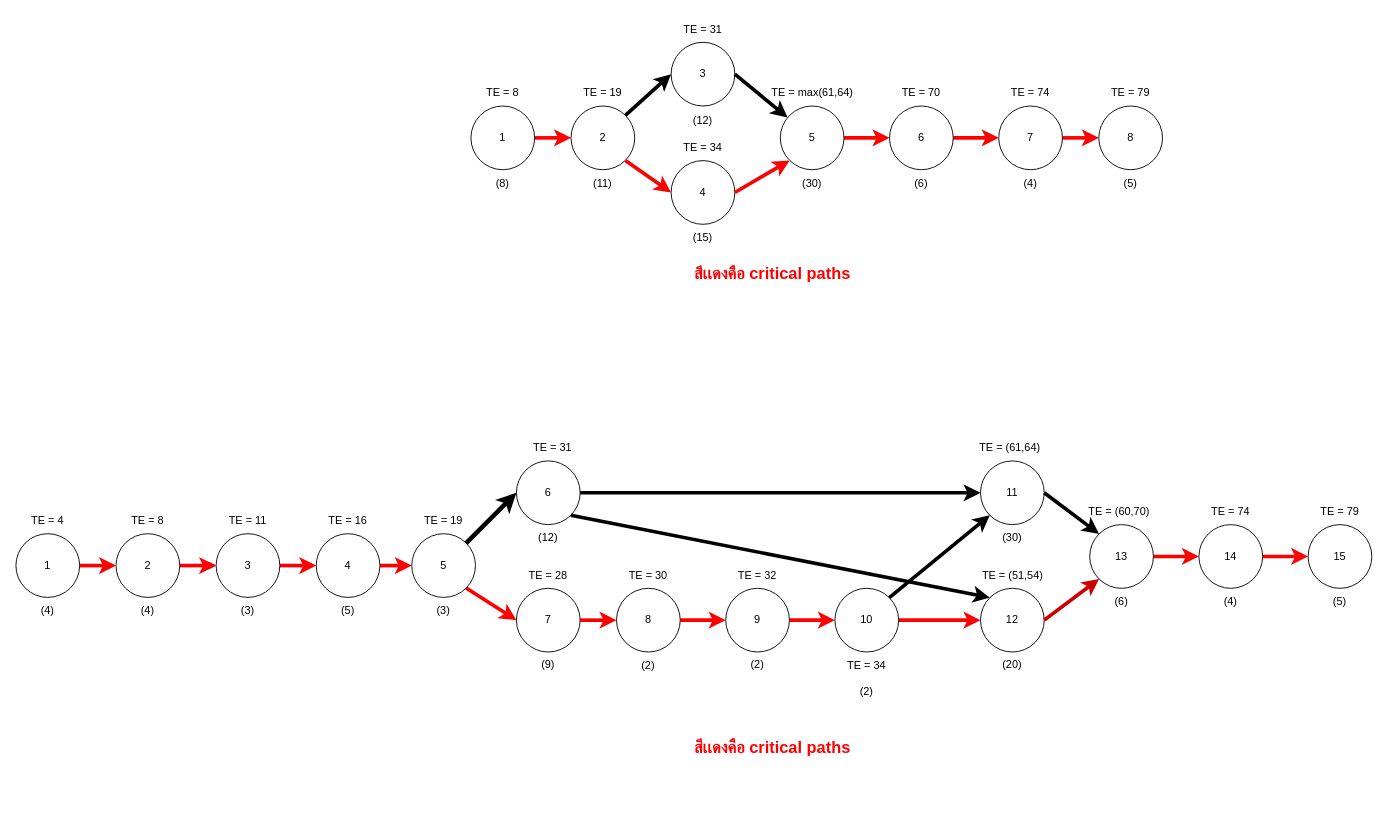
jarawin/carcare keeps this draw.io diagram as page "Activity Diagram" (5 of 6) of DFD.drawio. Above is the earlier version. Source tidied: cells renumbered, new cells numbered last; positions are measured from the earlier drawing's top-left corner, leaving out a move shared by most shapes. Both pictures are drawn from the tidied source at 91%, with x=0, y=0 at pixel (15, 15).
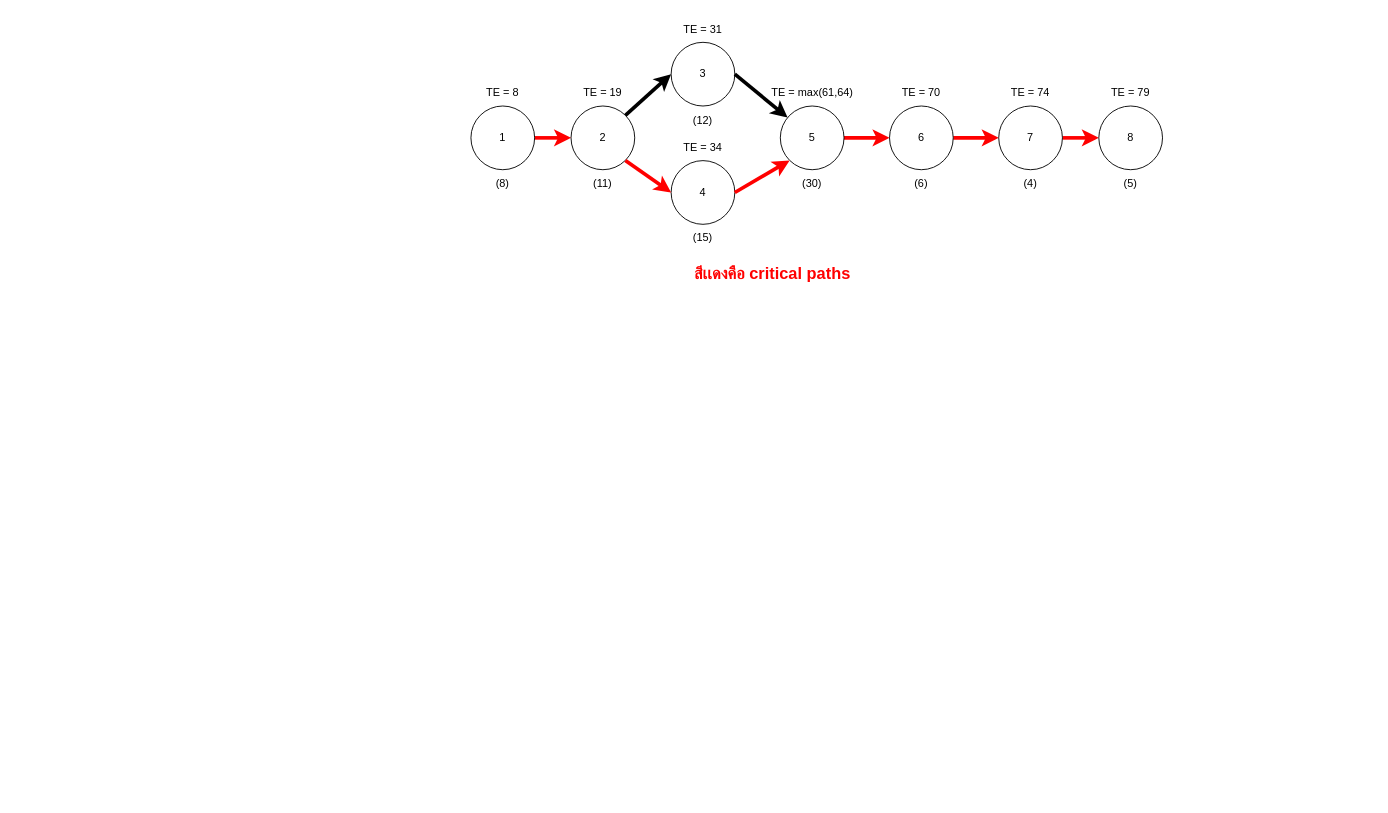
Above is the later version.

Diff of the diagram source:
```diff
@@
-    <mxCell id="34" style="edgeStyle=orthogonalEdgeStyle;rounded=0;jettySize=auto;html=1;entryX=0;entryY=0.5;entryDx=0;entryDy=0;strokeColor=#FF0000;strokeWidth=4;" parent="1" edge="1" source="35" target="38">
-      <mxGeometry relative="1" as="geometry" />
-    </mxCell>
-    <mxCell id="35" value="1" style="ellipse;whiteSpace=wrap;html=1;" parent="1" vertex="1">
-      <mxGeometry y="569" width="70" height="70" as="geometry" />
-    </mxCell>
-    <mxCell id="36" style="edgeStyle=orthogonalEdgeStyle;rounded=0;jettySize=auto;html=1;exitX=1;exitY=0.5;exitDx=0;exitDy=0;entryX=0;entryY=0.5;entryDx=0;entryDy=0;" parent="1" edge="1" source="38" target="40">
-      <mxGeometry relative="1" as="geometry" />
-    </mxCell>
-    <mxCell id="37" style="edgeStyle=orthogonalEdgeStyle;rounded=0;jettySize=auto;html=1;strokeColor=#FF0000;strokeWidth=4;" parent="1" edge="1" source="38" target="40">
-      <mxGeometry relative="1" as="geometry" />
-    </mxCell>
-    <mxCell id="38" value="2" style="ellipse;whiteSpace=wrap;html=1;" parent="1" vertex="1">
-      <mxGeometry x="110" y="569" width="70" height="70" as="geometry" />
-    </mxCell>
-    <mxCell id="39" style="edgeStyle=orthogonalEdgeStyle;rounded=0;jettySize=auto;html=1;exitX=1;exitY=0.5;exitDx=0;exitDy=0;entryX=0;entryY=0.5;entryDx=0;entryDy=0;strokeColor=#FF0000;strokeWidth=4;" parent="1" edge="1" source="40" target="42">
-      <mxGeometry relative="1" as="geometry" />
-    </mxCell>
-    <mxCell id="40" value="3" style="ellipse;whiteSpace=wrap;html=1;" parent="1" vertex="1">
-      <mxGeometry x="220" y="569" width="70" height="70" as="geometry" />
-    </mxCell>
-    <mxCell id="41" style="edgeStyle=orthogonalEdgeStyle;rounded=0;jettySize=auto;html=1;exitX=1;exitY=0.5;exitDx=0;exitDy=0;entryX=0;entryY=0.5;entryDx=0;entryDy=0;strokeColor=#FF0000;strokeWidth=4;" parent="1" edge="1" source="42" target="43">
-      <mxGeometry relative="1" as="geometry" />
-    </mxCell>
-    <mxCell id="42" value="4" style="ellipse;whiteSpace=wrap;html=1;" parent="1" vertex="1">
-      <mxGeometry x="330" y="569" width="70" height="70" as="geometry" />
-    </mxCell>
-    <mxCell id="43" value="5" style="ellipse;whiteSpace=wrap;html=1;" parent="1" vertex="1">
-      <mxGeometry x="435" y="569" width="70" height="70" as="geometry" />
-    </mxCell>
-    <mxCell id="44" style="edgeStyle=orthogonalEdgeStyle;rounded=0;jettySize=auto;html=1;exitX=1;exitY=0.5;exitDx=0;exitDy=0;entryX=0;entryY=0.5;entryDx=0;entryDy=0;strokeWidth=4;" parent="1" edge="1" source="45" target="58">
-      <mxGeometry relative="1" as="geometry" />
-    </mxCell>
-    <mxCell id="45" value="6" style="ellipse;whiteSpace=wrap;html=1;" parent="1" vertex="1">
-      <mxGeometry x="550" y="489" width="70" height="70" as="geometry" />
-    </mxCell>
-    <mxCell id="46" style="edgeStyle=orthogonalEdgeStyle;rounded=0;jettySize=auto;html=1;exitX=1;exitY=0.5;exitDx=0;exitDy=0;entryX=0;entryY=0.5;entryDx=0;entryDy=0;strokeColor=#FF0000;strokeWidth=4;" parent="1" edge="1" source="47" target="49">
-      <mxGeometry relative="1" as="geometry" />
-    </mxCell>
-    <mxCell id="47" value="7" style="ellipse;whiteSpace=wrap;html=1;" parent="1" vertex="1">
-      <mxGeometry x="550" y="629" width="70" height="70" as="geometry" />
-    </mxCell>
-    <mxCell id="48" style="edgeStyle=orthogonalEdgeStyle;rounded=0;jettySize=auto;html=1;exitX=1;exitY=0.5;exitDx=0;exitDy=0;strokeColor=#FF0000;strokeWidth=4;" parent="1" edge="1" source="49" target="55">
-      <mxGeometry relative="1" as="geometry" />
-    </mxCell>
-    <mxCell id="49" value="8" style="ellipse;whiteSpace=wrap;html=1;" parent="1" vertex="1">
-      <mxGeometry x="660" y="629" width="70" height="70" as="geometry" />
-    </mxCell>
-    <mxCell id="50" value="TE = 4" style="text;html=1;strokeColor=none;fillColor=none;align=center;verticalAlign=middle;whiteSpace=wrap;rounded=0;" parent="1" vertex="1">
-      <mxGeometry x="5" y="540" width="60" height="29" as="geometry" />
-    </mxCell>
-    <mxCell id="51" value="TE = 8" style="text;html=1;strokeColor=none;fillColor=none;align=center;verticalAlign=middle;whiteSpace=wrap;rounded=0;" parent="1" vertex="1">
-      <mxGeometry x="115" y="540" width="60" height="29" as="geometry" />
-    </mxCell>
-    <mxCell id="52" value="(4)" style="text;html=1;strokeColor=none;fillColor=none;align=center;verticalAlign=middle;whiteSpace=wrap;rounded=0;" parent="1" vertex="1">
-      <mxGeometry x="5" y="639" width="60" height="30" as="geometry" />
-    </mxCell>
-    <mxCell id="53" value="(4)" style="text;html=1;strokeColor=none;fillColor=none;align=center;verticalAlign=middle;whiteSpace=wrap;rounded=0;" parent="1" vertex="1">
-      <mxGeometry x="115" y="639" width="60" height="30" as="geometry" />
-    </mxCell>
-    <mxCell id="54" style="edgeStyle=orthogonalEdgeStyle;rounded=0;jettySize=auto;html=1;exitX=1;exitY=0.5;exitDx=0;exitDy=0;entryX=0;entryY=0.5;entryDx=0;entryDy=0;strokeColor=#FF0000;strokeWidth=4;" parent="1" edge="1" source="55" target="57">
-      <mxGeometry relative="1" as="geometry" />
-    </mxCell>
-    <mxCell id="55" value="9" style="ellipse;whiteSpace=wrap;html=1;" parent="1" vertex="1">
-      <mxGeometry x="780" y="629" width="70" height="70" as="geometry" />
-    </mxCell>
-    <mxCell id="56" style="edgeStyle=orthogonalEdgeStyle;rounded=0;jettySize=auto;html=1;exitX=1;exitY=0.5;exitDx=0;exitDy=0;entryX=0;entryY=0.5;entryDx=0;entryDy=0;strokeColor=#FF0000;strokeWidth=4;" parent="1" edge="1" source="57" target="59">
-      <mxGeometry relative="1" as="geometry" />
-    </mxCell>
-    <mxCell id="57" value="10" style="ellipse;whiteSpace=wrap;html=1;" parent="1" vertex="1">
-      <mxGeometry x="900" y="629" width="70" height="70" as="geometry" />
-    </mxCell>
-    <mxCell id="58" value="11" style="ellipse;whiteSpace=wrap;html=1;" parent="1" vertex="1">
-      <mxGeometry x="1060" y="489" width="70" height="70" as="geometry" />
-    </mxCell>
-    <mxCell id="59" value="12" style="ellipse;whiteSpace=wrap;html=1;" parent="1" vertex="1">
-      <mxGeometry x="1060" y="629" width="70" height="70" as="geometry" />
-    </mxCell>
-    <mxCell id="60" style="edgeStyle=orthogonalEdgeStyle;rounded=0;jettySize=auto;html=1;exitX=1;exitY=0.5;exitDx=0;exitDy=0;entryX=0;entryY=0.5;entryDx=0;entryDy=0;strokeColor=#FF0000;strokeWidth=4;" parent="1" edge="1" source="61" target="63">
-      <mxGeometry relative="1" as="geometry" />
-    </mxCell>
-    <mxCell id="61" value="13" style="ellipse;whiteSpace=wrap;html=1;" parent="1" vertex="1">
-      <mxGeometry x="1180" y="559" width="70" height="70" as="geometry" />
-    </mxCell>
-    <mxCell id="62" style="edgeStyle=orthogonalEdgeStyle;rounded=0;jettySize=auto;html=1;exitX=1;exitY=0.5;exitDx=0;exitDy=0;entryX=0;entryY=0.5;entryDx=0;entryDy=0;strokeColor=#FF0000;strokeWidth=4;" parent="1" edge="1" source="63" target="64">
-      <mxGeometry relative="1" as="geometry" />
-    </mxCell>
-    <mxCell id="63" value="14" style="ellipse;whiteSpace=wrap;html=1;" parent="1" vertex="1">
-      <mxGeometry x="1300" y="559" width="70" height="70" as="geometry" />
-    </mxCell>
-    <mxCell id="64" value="15" style="ellipse;whiteSpace=wrap;html=1;" parent="1" vertex="1">
-      <mxGeometry x="1420" y="559" width="70" height="70" as="geometry" />
-    </mxCell>
-    <mxCell id="65" style="endArrow=classic;html=1;rounded=0;exitX=1;exitY=1;exitDx=0;exitDy=0;entryX=0;entryY=0.5;entryDx=0;entryDy=0;strokeColor=#FF0000;strokeWidth=4;" parent="1" edge="1" source="43" target="47">
-      <mxGeometry relative="1" as="geometry" />
-    </mxCell>
-    <mxCell id="66" style="endArrow=classic;html=1;rounded=0;exitX=1;exitY=0;exitDx=0;exitDy=0;entryX=0;entryY=0.5;entryDx=0;entryDy=0;strokeWidth=5;" parent="1" edge="1" source="43" target="45">
-      <mxGeometry relative="1" as="geometry" />
-    </mxCell>
-    <mxCell id="67" style="endArrow=classic;html=1;rounded=0;exitX=1;exitY=0.5;exitDx=0;exitDy=0;entryX=0;entryY=1;entryDx=0;entryDy=0;strokeColor=#CC0000;strokeWidth=4;" parent="1" edge="1" source="59" target="61">
-      <mxGeometry relative="1" as="geometry" />
-    </mxCell>
-    <mxCell id="68" style="endArrow=classic;html=1;rounded=0;exitX=1;exitY=0.5;exitDx=0;exitDy=0;entryX=0;entryY=0;entryDx=0;entryDy=0;strokeWidth=4;" parent="1" edge="1" source="58" target="61">
-      <mxGeometry relative="1" as="geometry" />
-    </mxCell>
-    <mxCell id="69" style="endArrow=classic;html=1;rounded=0;exitX=1;exitY=0;exitDx=0;exitDy=0;entryX=0;entryY=1;entryDx=0;entryDy=0;strokeWidth=4;" parent="1" edge="1" source="57" target="58">
-      <mxGeometry relative="1" as="geometry" />
-    </mxCell>
-    <mxCell id="70" style="endArrow=classic;html=1;rounded=0;exitX=1;exitY=1;exitDx=0;exitDy=0;entryX=0;entryY=0;entryDx=0;entryDy=0;strokeWidth=4;" parent="1" edge="1" source="45" target="59">
-      <mxGeometry relative="1" as="geometry" />
-    </mxCell>
-    <mxCell id="71" value="TE = 11" style="text;html=1;strokeColor=none;fillColor=none;align=center;verticalAlign=middle;whiteSpace=wrap;rounded=0;" parent="1" vertex="1">
-      <mxGeometry x="225" y="540" width="60" height="29" as="geometry" />
-    </mxCell>
-    <mxCell id="72" value="TE = 16" style="text;html=1;strokeColor=none;fillColor=none;align=center;verticalAlign=middle;whiteSpace=wrap;rounded=0;" parent="1" vertex="1">
-      <mxGeometry x="335" y="540" width="60" height="29" as="geometry" />
-    </mxCell>
-    <mxCell id="73" value="TE = 19" style="text;html=1;strokeColor=none;fillColor=none;align=center;verticalAlign=middle;whiteSpace=wrap;rounded=0;" parent="1" vertex="1">
-      <mxGeometry x="440" y="540" width="60" height="29" as="geometry" />
-    </mxCell>
-    <mxCell id="74" value="TE = 31" style="text;html=1;strokeColor=none;fillColor=none;align=center;verticalAlign=middle;whiteSpace=wrap;rounded=0;" parent="1" vertex="1">
-      <mxGeometry x="560" y="460" width="60" height="29" as="geometry" />
-    </mxCell>
-    <mxCell id="75" value="TE = 28" style="text;html=1;strokeColor=none;fillColor=none;align=center;verticalAlign=middle;whiteSpace=wrap;rounded=0;" parent="1" vertex="1">
-      <mxGeometry x="555" y="600" width="60" height="29" as="geometry" />
-    </mxCell>
-    <mxCell id="76" value="TE = 30" style="text;html=1;strokeColor=none;fillColor=none;align=center;verticalAlign=middle;whiteSpace=wrap;rounded=0;" parent="1" vertex="1">
-      <mxGeometry x="665" y="600" width="60" height="29" as="geometry" />
-    </mxCell>
-    <mxCell id="77" value="TE = 32" style="text;html=1;strokeColor=none;fillColor=none;align=center;verticalAlign=middle;whiteSpace=wrap;rounded=0;" parent="1" vertex="1">
-      <mxGeometry x="785" y="600" width="60" height="29" as="geometry" />
-    </mxCell>
-    <mxCell id="78" value="TE = 34" style="text;html=1;strokeColor=none;fillColor=none;align=center;verticalAlign=middle;whiteSpace=wrap;rounded=0;" parent="1" vertex="1">
-      <mxGeometry x="905" y="699" width="60" height="29" as="geometry" />
-    </mxCell>
-    <mxCell id="79" value="TE = (61,64)" style="text;html=1;strokeColor=none;fillColor=none;align=center;verticalAlign=middle;whiteSpace=wrap;rounded=0;" parent="1" vertex="1">
-      <mxGeometry x="1040" y="460" width="105" height="29" as="geometry" />
-    </mxCell>
-    <mxCell id="80" value="TE = (51,54)" style="text;html=1;strokeColor=none;fillColor=none;align=center;verticalAlign=middle;whiteSpace=wrap;rounded=0;" parent="1" vertex="1">
-      <mxGeometry x="1052.5" y="600" width="85" height="29" as="geometry" />
-    </mxCell>
-    <mxCell id="81" value="TE = (60,70)" style="text;html=1;strokeColor=none;fillColor=none;align=center;verticalAlign=middle;whiteSpace=wrap;rounded=0;" parent="1" vertex="1">
-      <mxGeometry x="1165" y="530" width="95" height="29" as="geometry" />
-    </mxCell>
-    <mxCell id="82" value="TE = 74" style="text;html=1;strokeColor=none;fillColor=none;align=center;verticalAlign=middle;whiteSpace=wrap;rounded=0;" parent="1" vertex="1">
-      <mxGeometry x="1305" y="530" width="60" height="29" as="geometry" />
-    </mxCell>
-    <mxCell id="83" value="TE = 79" style="text;html=1;strokeColor=none;fillColor=none;align=center;verticalAlign=middle;whiteSpace=wrap;rounded=0;" parent="1" vertex="1">
-      <mxGeometry x="1425" y="530" width="60" height="29" as="geometry" />
-    </mxCell>
-    <mxCell id="84" value="(3)" style="text;html=1;strokeColor=none;fillColor=none;align=center;verticalAlign=middle;whiteSpace=wrap;rounded=0;" parent="1" vertex="1">
-      <mxGeometry x="225" y="639" width="60" height="30" as="geometry" />
-    </mxCell>
-    <mxCell id="85" value="(5)" style="text;html=1;strokeColor=none;fillColor=none;align=center;verticalAlign=middle;whiteSpace=wrap;rounded=0;" parent="1" vertex="1">
-      <mxGeometry x="335" y="639" width="60" height="30" as="geometry" />
-    </mxCell>
-    <mxCell id="86" value="(3)" style="text;html=1;strokeColor=none;fillColor=none;align=center;verticalAlign=middle;whiteSpace=wrap;rounded=0;" parent="1" vertex="1">
-      <mxGeometry x="440" y="639" width="60" height="30" as="geometry" />
-    </mxCell>
-    <mxCell id="87" value="(9)" style="text;html=1;strokeColor=none;fillColor=none;align=center;verticalAlign=middle;whiteSpace=wrap;rounded=0;" parent="1" vertex="1">
-      <mxGeometry x="555" y="698" width="60" height="30" as="geometry" />
-    </mxCell>
-    <mxCell id="88" value="(12)" style="text;html=1;strokeColor=none;fillColor=none;align=center;verticalAlign=middle;whiteSpace=wrap;rounded=0;" parent="1" vertex="1">
-      <mxGeometry x="555" y="559" width="60" height="30" as="geometry" />
-    </mxCell>
-    <mxCell id="89" value="(2)" style="text;html=1;strokeColor=none;fillColor=none;align=center;verticalAlign=middle;whiteSpace=wrap;rounded=0;" parent="1" vertex="1">
-      <mxGeometry x="665" y="699" width="60" height="30" as="geometry" />
-    </mxCell>
-    <mxCell id="90" value="(2)" style="text;html=1;strokeColor=none;fillColor=none;align=center;verticalAlign=middle;whiteSpace=wrap;rounded=0;" parent="1" vertex="1">
-      <mxGeometry x="785" y="698" width="60" height="30" as="geometry" />
-    </mxCell>
-    <mxCell id="91" value="(2)" style="text;html=1;strokeColor=none;fillColor=none;align=center;verticalAlign=middle;whiteSpace=wrap;rounded=0;" parent="1" vertex="1">
-      <mxGeometry x="905" y="728" width="60" height="30" as="geometry" />
-    </mxCell>
-    <mxCell id="92" value="(20)" style="text;html=1;strokeColor=none;fillColor=none;align=center;verticalAlign=middle;whiteSpace=wrap;rounded=0;" parent="1" vertex="1">
-      <mxGeometry x="1065" y="698" width="60" height="30" as="geometry" />
-    </mxCell>
-    <mxCell id="93" value="(30)" style="text;html=1;strokeColor=none;fillColor=none;align=center;verticalAlign=middle;whiteSpace=wrap;rounded=0;" parent="1" vertex="1">
-      <mxGeometry x="1065" y="559" width="60" height="30" as="geometry" />
-    </mxCell>
-    <mxCell id="94" value="(6)" style="text;html=1;strokeColor=none;fillColor=none;align=center;verticalAlign=middle;whiteSpace=wrap;rounded=0;" parent="1" vertex="1">
-      <mxGeometry x="1185" y="629" width="60" height="30" as="geometry" />
-    </mxCell>
-    <mxCell id="95" value="(4)" style="text;html=1;strokeColor=none;fillColor=none;align=center;verticalAlign=middle;whiteSpace=wrap;rounded=0;" parent="1" vertex="1">
-      <mxGeometry x="1305" y="629" width="60" height="30" as="geometry" />
-    </mxCell>
-    <mxCell id="96" value="(5)" style="text;html=1;strokeColor=none;fillColor=none;align=center;verticalAlign=middle;whiteSpace=wrap;rounded=0;" parent="1" vertex="1">
-      <mxGeometry x="1425" y="629" width="60" height="30" as="geometry" />
-    </mxCell>
-    <mxCell id="97" value="&lt;font color=&quot;#ff0000&quot; style=&quot;font-size: 18px;&quot;&gt;&lt;b&gt;สีเเดงคือ critical paths&lt;/b&gt;&lt;/font&gt;" style="text;html=1;strokeColor=none;fillColor=none;align=center;verticalAlign=middle;whiteSpace=wrap;rounded=0;" parent="1" vertex="1">
-      <mxGeometry x="683" y="749" width="297" height="110" as="geometry" />
-    </mxCell>
```
